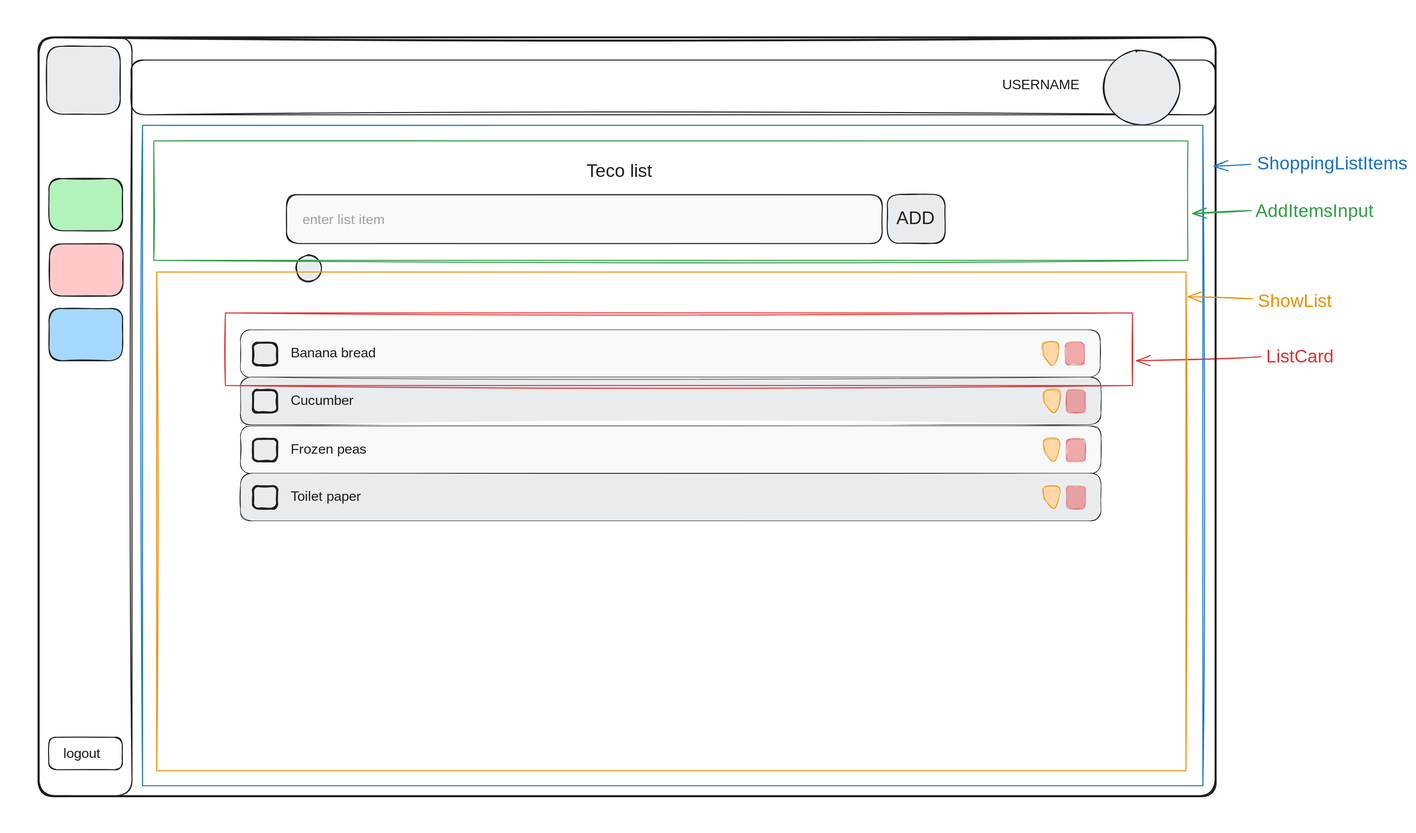
AliMcG/our-house-app keeps this Excalidraw diagram as docs/wireframes/shopping_list/shopping_list_items-components.excalidraw.svg. Above is the earlier version. Source tidied: one line per element, renumbered; positions are measured from the earlier drawing's top-left corner, leaving out a move shared by most shapes. The source it was exported from:
```json
{"id": 0, "type": "ellipse", "strokeColor": "#1e1e1e", "backgroundColor": "#e9ecef", "fillStyle": "solid", "strokeWidth": 2, "roughness": 1, "opacity": 0, "round": true, "x": 0, "y": 0, "width": 133, "height": 134}
{"id": 1, "type": "text", "text": "ShoppingListItems", "strokeColor": "#1971c2", "strokeWidth": 2, "roughness": 1, "fontSize": 36, "fontFamily": 1, "x": 2515, "y": 298, "width": 309, "height": 45}
{"id": 2, "type": "text", "text": "AddItemsInput", "strokeColor": "#2f9e44", "strokeWidth": 2, "roughness": 1, "fontSize": 36, "fontFamily": 1, "x": 2512, "y": 394, "width": 262, "height": 45}
{"id": 3, "type": "text", "text": "ShowList", "strokeColor": "#f08c00", "strokeWidth": 2, "roughness": 1, "fontSize": 36, "fontFamily": 1, "x": 2517, "y": 574, "width": 151, "height": 45}
{"id": 4, "type": "text", "text": "ListCard", "strokeColor": "#e03131", "strokeWidth": 2, "roughness": 1, "fontSize": 36, "fontFamily": 1, "x": 2533, "y": 686, "width": 152, "height": 45}
{"id": 5, "type": "arrow", "strokeColor": "#e03131", "strokeWidth": 2, "roughness": 1, "endArrowhead": "arrow", "from": 4, "to": 50, "x": 2523, "y": 707, "width": 250, "height": 8, "points": [[0, 0], [-250, 8]]}
{"id": 6, "type": "ellipse", "strokeColor": "#1e1e1e", "backgroundColor": "#e9ecef", "fillStyle": "solid", "strokeWidth": 2, "roughness": 1, "opacity": 0, "round": true, "x": 81, "y": 1521, "width": 133, "height": 134}
{"id": 7, "type": "rectangle", "strokeColor": "#1e1e1e", "backgroundColor": "#ffffff", "fillStyle": "solid", "strokeWidth": 2, "roughness": 1, "round": true, "x": 68, "y": 65, "width": 187, "height": 1524}
{"id": 8, "type": "rectangle", "strokeColor": "#1e1e1e", "backgroundColor": "#ffc9c9", "fillStyle": "solid", "strokeWidth": 2, "roughness": 1, "round": true, "x": 89, "y": 480, "width": 148, "height": 105}
{"id": 9, "type": "rectangle", "strokeColor": "#1e1e1e", "backgroundColor": "#a5d8ff", "fillStyle": "solid", "strokeWidth": 2, "roughness": 1, "round": true, "x": 88, "y": 610, "width": 148, "height": 105}
{"id": 10, "type": "rectangle", "strokeColor": "#1e1e1e", "strokeWidth": 4, "roughness": 1, "round": true, "x": 67, "y": 65, "width": 2365, "height": 1525}
{"id": 11, "type": "rectangle", "strokeColor": "#1e1e1e", "backgroundColor": "#e9ecef", "fillStyle": "solid", "strokeWidth": 2, "roughness": 1, "round": true, "x": 84, "y": 83, "width": 148, "height": 137}
{"id": 12, "type": "rectangle", "strokeColor": "#1e1e1e", "backgroundColor": "#b2f2bb", "fillStyle": "solid", "strokeWidth": 2, "roughness": 1, "round": true, "x": 88, "y": 349, "width": 148, "height": 105}
{"id": 13, "type": "rectangle", "strokeColor": "#1e1e1e", "strokeWidth": 2, "roughness": 1, "round": true, "x": 88, "y": 1472, "width": 148, "height": 65}
{"id": 14, "type": "rectangle", "strokeColor": "#1e1e1e", "strokeWidth": 2, "roughness": 1, "round": true, "x": 253, "y": 111, "width": 2179, "height": 110}
{"id": 15, "type": "text", "text": "USERNAME", "strokeColor": "#1e1e1e", "strokeWidth": 2, "roughness": 1, "fontSize": 28, "fontFamily": 1, "x": 2004, "y": 144, "width": 152, "height": 35}
{"id": 16, "type": "ellipse", "strokeColor": "#1e1e1e", "backgroundColor": "#e9ecef", "fillStyle": "solid", "strokeWidth": 2, "roughness": 1, "round": true, "x": 2207, "y": 91, "width": 153, "height": 150}
{"id": 17, "type": "text", "text": "logout", "strokeColor": "#1e1e1e", "strokeWidth": 2, "roughness": 1, "fontSize": 28, "fontFamily": 1, "x": 118, "y": 1488, "width": 84, "height": 35}
{"id": 18, "type": "rectangle", "strokeColor": "#1e1e1e", "backgroundColor": "#e9ecef", "fillStyle": "solid", "strokeWidth": 2, "roughness": 1, "round": true, "x": 1773, "y": 381, "width": 116, "height": 98}
{"id": 19, "type": "text", "text": "ADD", "strokeColor": "#1e1e1e", "strokeWidth": 2, "roughness": 1, "fontSize": 36, "fontFamily": 1, "x": 1790, "y": 408, "width": 80, "height": 45}
{"id": 20, "type": "text", "text": "Teco list", "strokeColor": "#1e1e1e", "strokeWidth": 2, "roughness": 1, "fontSize": 36, "fontFamily": 1, "x": 1168, "y": 313, "width": 162, "height": 45}
{"id": 21, "type": "ellipse", "strokeColor": "#1e1e1e", "backgroundColor": "#e9ecef", "fillStyle": "solid", "strokeWidth": 2, "roughness": 1, "round": true, "x": 585, "y": 503, "width": 51, "height": 53}
{"id": 22, "type": "rectangle", "strokeColor": "#1e1e1e", "backgroundColor": "#f8f9fa", "fillStyle": "solid", "strokeWidth": 1, "roughness": 1, "round": true, "x": 473, "y": 653, "width": 1727, "height": 96}
{"id": 23, "type": "text", "text": "Banana bread", "strokeColor": "#1e1e1e", "strokeWidth": 2, "roughness": 1, "fontSize": 28, "fontFamily": 1, "x": 574, "y": 683, "width": 193, "height": 35}
{"id": 24, "type": "rectangle", "strokeColor": "#1e1e1e", "backgroundColor": "#e9ecef", "fillStyle": "solid", "strokeWidth": 4, "roughness": 1, "round": true, "x": 498, "y": 679, "width": 49, "height": 45}
{"id": 25, "type": "rectangle", "strokeColor": "#e03131", "backgroundColor": "#e03131", "fillStyle": "solid", "strokeWidth": 2, "roughness": 1, "opacity": 40, "round": true, "x": 2130, "y": 678, "width": 38, "height": 46}
{"id": 26, "type": "line", "strokeColor": "#f08c00", "backgroundColor": "#ffd8a8", "fillStyle": "solid", "strokeWidth": 1, "roughness": 1, "round": true, "x": 2086, "y": 703, "width": 29, "height": 44, "points": [[0, 0], [0, -23], [29, -24], [28, 4], [17, 20], [0, 0]]}
{"id": 27, "type": "rectangle", "strokeColor": "#1e1e1e", "backgroundColor": "#e9ecef", "fillStyle": "solid", "strokeWidth": 1, "roughness": 1, "round": true, "x": 473, "y": 748, "width": 1729, "height": 96}
{"id": 28, "type": "text", "text": "Cucumber", "strokeColor": "#1e1e1e", "strokeWidth": 2, "roughness": 1, "fontSize": 28, "fontFamily": 1, "x": 574, "y": 778, "width": 123, "height": 35}
{"id": 29, "type": "rectangle", "strokeColor": "#1e1e1e", "backgroundColor": "#e9ecef", "fillStyle": "solid", "strokeWidth": 4, "roughness": 1, "round": true, "x": 498, "y": 774, "width": 49, "height": 45}
{"id": 30, "type": "rectangle", "strokeColor": "#e03131", "backgroundColor": "#e03131", "fillStyle": "solid", "strokeWidth": 2, "roughness": 1, "opacity": 40, "round": true, "x": 2132, "y": 774, "width": 38, "height": 46}
{"id": 31, "type": "line", "strokeColor": "#f08c00", "backgroundColor": "#ffd8a8", "fillStyle": "solid", "strokeWidth": 1, "roughness": 1, "round": true, "x": 2088, "y": 800, "width": 29, "height": 44, "points": [[0, 0], [0, -23], [29, -24], [28, 4], [17, 20], [0, 0]]}
{"id": 32, "type": "rectangle", "strokeColor": "#1e1e1e", "backgroundColor": "#f8f9fa", "fillStyle": "solid", "strokeWidth": 1, "roughness": 1, "round": true, "x": 473, "y": 846, "width": 1729, "height": 96}
{"id": 33, "type": "text", "text": "Frozen peas", "strokeColor": "#1e1e1e", "strokeWidth": 2, "roughness": 1, "fontSize": 28, "fontFamily": 1, "x": 574, "y": 877, "width": 165, "height": 35}
{"id": 34, "type": "rectangle", "strokeColor": "#1e1e1e", "backgroundColor": "#e9ecef", "fillStyle": "solid", "strokeWidth": 4, "roughness": 1, "round": true, "x": 498, "y": 872, "width": 49, "height": 45}
{"id": 35, "type": "rectangle", "strokeColor": "#e03131", "backgroundColor": "#e03131", "fillStyle": "solid", "strokeWidth": 2, "roughness": 1, "opacity": 40, "round": true, "x": 2132, "y": 872, "width": 38, "height": 46}
{"id": 36, "type": "line", "strokeColor": "#f08c00", "backgroundColor": "#ffd8a8", "fillStyle": "solid", "strokeWidth": 1, "roughness": 1, "round": true, "x": 2088, "y": 898, "width": 29, "height": 44, "points": [[0, 0], [0, -23], [29, -24], [28, 4], [17, 20], [0, 0]]}
{"id": 37, "type": "rectangle", "strokeColor": "#1e1e1e", "backgroundColor": "#e9ecef", "fillStyle": "solid", "strokeWidth": 1, "roughness": 1, "round": true, "x": 473, "y": 941, "width": 1729, "height": 96}
{"id": 38, "type": "text", "text": "Toilet paper", "strokeColor": "#1e1e1e", "strokeWidth": 2, "roughness": 1, "fontSize": 28, "fontFamily": 1, "x": 574, "y": 972, "width": 170, "height": 35}
{"id": 39, "type": "rectangle", "strokeColor": "#1e1e1e", "backgroundColor": "#e9ecef", "fillStyle": "solid", "strokeWidth": 4, "roughness": 1, "round": true, "x": 498, "y": 967, "width": 49, "height": 45}
{"id": 40, "type": "rectangle", "strokeColor": "#e03131", "backgroundColor": "#e03131", "fillStyle": "solid", "strokeWidth": 2, "roughness": 1, "opacity": 40, "round": true, "x": 2132, "y": 967, "width": 38, "height": 46}
{"id": 41, "type": "line", "strokeColor": "#f08c00", "backgroundColor": "#ffd8a8", "fillStyle": "solid", "strokeWidth": 1, "roughness": 1, "round": true, "x": 2088, "y": 993, "width": 29, "height": 44, "points": [[0, 0], [0, -23], [29, -24], [28, 4], [17, 20], [0, 0]]}
{"id": 42, "type": "rectangle", "strokeColor": "#1e1e1e", "backgroundColor": "#f8f9fa", "fillStyle": "solid", "strokeWidth": 2, "roughness": 1, "round": true, "x": 566, "y": 381, "width": 1197, "height": 98}
{"id": 43, "type": "text", "text": "enter list item", "strokeColor": "#1e1e1e", "strokeWidth": 2, "roughness": 1, "opacity": 40, "fontSize": 28, "fontFamily": 1, "x": 597, "y": 415, "width": 199, "height": 35}
{"id": 44, "type": "rectangle", "strokeColor": "#1971c2", "strokeWidth": 2, "roughness": 1, "x": 276, "y": 242, "width": 2130, "height": 1328}
{"id": 45, "type": "arrow", "strokeColor": "#1971c2", "strokeWidth": 2, "roughness": 1, "endArrowhead": "arrow", "from": 1, "to": 44, "x": 2503, "y": 320, "width": 74, "height": 4, "points": [[0, 0], [-74, 4]]}
{"id": 46, "type": "rectangle", "strokeColor": "#2f9e44", "strokeWidth": 2, "roughness": 1, "x": 299, "y": 273, "width": 2078, "height": 240}
{"id": 47, "type": "arrow", "strokeColor": "#2f9e44", "strokeWidth": 2, "roughness": 1, "endArrowhead": "arrow", "from": 2, "to": 46, "x": 2504, "y": 413, "width": 118, "height": 6, "points": [[0, 0], [-118, 6]]}
{"id": 48, "type": "rectangle", "strokeColor": "#f08c00", "strokeWidth": 2, "roughness": 1, "x": 305, "y": 537, "width": 2068, "height": 1002}
{"id": 49, "type": "arrow", "strokeColor": "#f08c00", "strokeWidth": 2, "roughness": 1, "endArrowhead": "arrow", "from": 3, "to": 48, "x": 2506, "y": 591, "width": 130, "height": 4, "points": [[0, 0], [-130, -4]]}
{"id": 50, "type": "rectangle", "strokeColor": "#e03131", "strokeWidth": 2, "roughness": 1, "x": 443, "y": 619, "width": 1822, "height": 146}
```
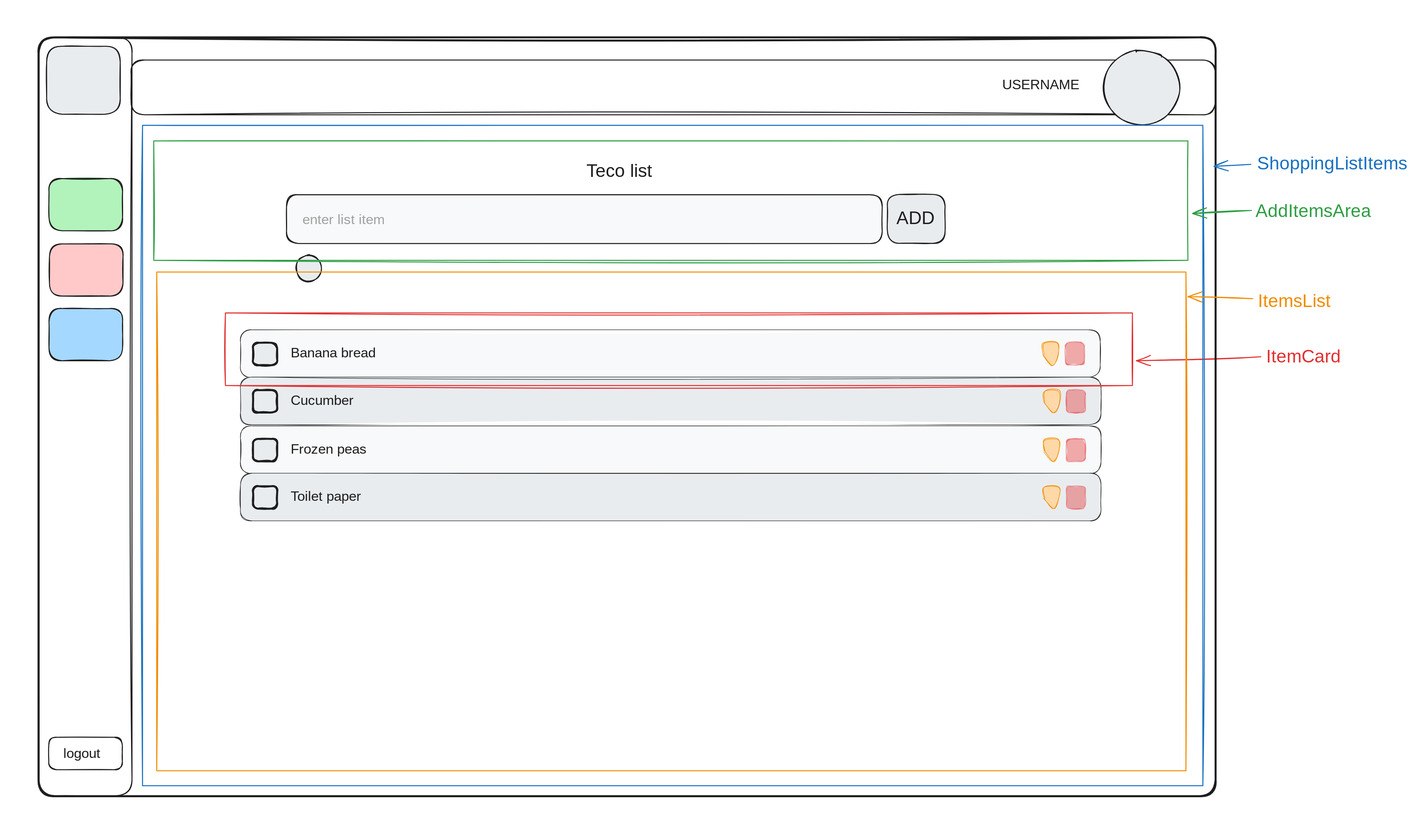
The same diagram one commit later.

Commit message:
update the shopping list components design

The edit, as a diff of the source:
```diff
@@ -1,8 +1,8 @@
 {"id": 0, "type": "ellipse", "strokeColor": "#1e1e1e", "backgroundColor": "#e9ecef", "fillStyle": "solid", "strokeWidth": 2, "roughness": 1, "opacity": 0, "round": true, "x": 0, "y": 0, "width": 133, "height": 134}
 {"id": 1, "type": "text", "text": "ShoppingListItems", "strokeColor": "#1971c2", "strokeWidth": 2, "roughness": 1, "fontSize": 36, "fontFamily": 1, "x": 2515, "y": 298, "width": 309, "height": 45}
-{"id": 2, "type": "text", "text": "AddItemsInput", "strokeColor": "#2f9e44", "strokeWidth": 2, "roughness": 1, "fontSize": 36, "fontFamily": 1, "x": 2512, "y": 394, "width": 262, "height": 45}
+{"id": 2, "type": "text", "text": "AddItemsArea", "strokeColor": "#2f9e44", "strokeWidth": 2, "roughness": 1, "fontSize": 36, "fontFamily": 1, "x": 2512, "y": 394, "width": 249, "height": 45}
-{"id": 3, "type": "text", "text": "ShowList", "strokeColor": "#f08c00", "strokeWidth": 2, "roughness": 1, "fontSize": 36, "fontFamily": 1, "x": 2517, "y": 574, "width": 151, "height": 45}
+{"id": 3, "type": "text", "text": "ItemsList", "strokeColor": "#f08c00", "strokeWidth": 2, "roughness": 1, "fontSize": 36, "fontFamily": 1, "x": 2517, "y": 574, "width": 171, "height": 45}
-{"id": 4, "type": "text", "text": "ListCard", "strokeColor": "#e03131", "strokeWidth": 2, "roughness": 1, "fontSize": 36, "fontFamily": 1, "x": 2533, "y": 686, "width": 152, "height": 45}
+{"id": 4, "type": "text", "text": "ItemCard", "strokeColor": "#e03131", "strokeWidth": 2, "roughness": 1, "fontSize": 36, "fontFamily": 1, "x": 2533, "y": 686, "width": 166, "height": 45}
 {"id": 5, "type": "arrow", "strokeColor": "#e03131", "strokeWidth": 2, "roughness": 1, "endArrowhead": "arrow", "from": 4, "to": 50, "x": 2523, "y": 707, "width": 250, "height": 8, "points": [[0, 0], [-250, 8]]}
 {"id": 6, "type": "ellipse", "strokeColor": "#1e1e1e", "backgroundColor": "#e9ecef", "fillStyle": "solid", "strokeWidth": 2, "roughness": 1, "opacity": 0, "round": true, "x": 81, "y": 1521, "width": 133, "height": 134}
 {"id": 7, "type": "rectangle", "strokeColor": "#1e1e1e", "backgroundColor": "#ffffff", "fillStyle": "solid", "strokeWidth": 2, "roughness": 1, "round": true, "x": 68, "y": 65, "width": 187, "height": 1524}
@@ -47,5 +47,5 @@
 {"id": 46, "type": "rectangle", "strokeColor": "#2f9e44", "strokeWidth": 2, "roughness": 1, "x": 299, "y": 273, "width": 2078, "height": 240}
 {"id": 47, "type": "arrow", "strokeColor": "#2f9e44", "strokeWidth": 2, "roughness": 1, "endArrowhead": "arrow", "from": 2, "to": 46, "x": 2504, "y": 413, "width": 118, "height": 6, "points": [[0, 0], [-118, 6]]}
 {"id": 48, "type": "rectangle", "strokeColor": "#f08c00", "strokeWidth": 2, "roughness": 1, "x": 305, "y": 537, "width": 2068, "height": 1002}
-{"id": 49, "type": "arrow", "strokeColor": "#f08c00", "strokeWidth": 2, "roughness": 1, "endArrowhead": "arrow", "from": 3, "to": 48, "x": 2506, "y": 591, "width": 130, "height": 4, "points": [[0, 0], [-130, -4]]}
+{"id": 49, "type": "arrow", "strokeColor": "#f08c00", "strokeWidth": 2, "roughness": 1, "endArrowhead": "arrow", "from": 3, "to": 48, "x": 2506, "y": 590, "width": 130, "height": 4, "points": [[0, 0], [-130, -4]]}
 {"id": 50, "type": "rectangle", "strokeColor": "#e03131", "strokeWidth": 2, "roughness": 1, "x": 443, "y": 619, "width": 1822, "height": 146}
```
